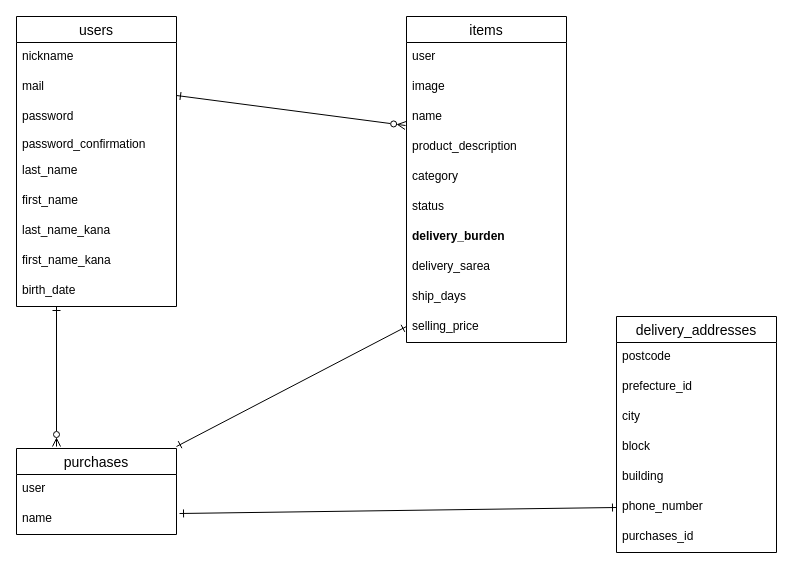
Before: test.dio in koma0427/furima-38932, a draw.io diagram. Source tidied: cells renumbered, new cells numbered last; positions are measured from the earlier drawing's top-left corner, leaving out a move shared by most shapes. Both pictures are drawn from the tidied source at 100%, with x=0, y=0 at pixel (16, 16).
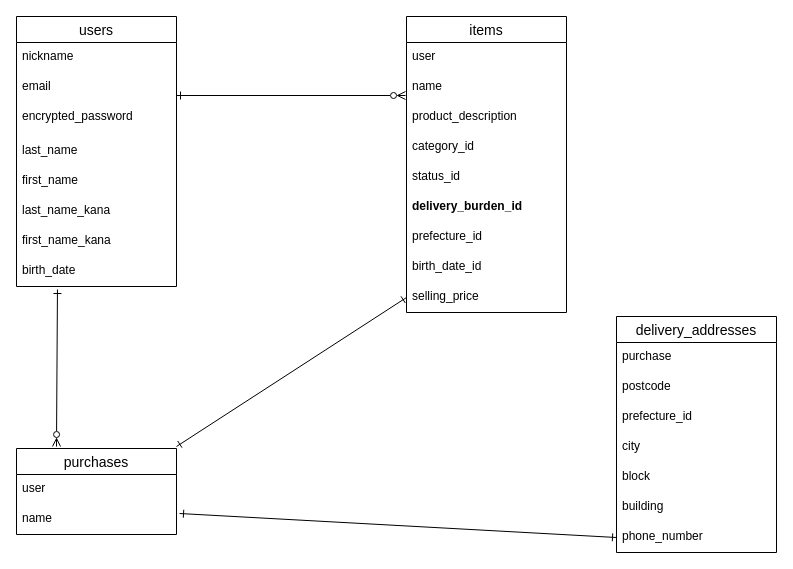
The same page after the edit.

Commit message (it also covers changes not shown here):
データベース設計の修正

Unchanged cells that the change refers to:
```xml
<mxCell id="11" value="delivery_addresses" style="swimlane;fontStyle=0;horizontal=1;startSize=26;align=center;fontSize=14;" parent="1" vertex="1">
  <mxGeometry x="600" y="300" width="160" height="236" as="geometry" />
</mxCell>
```

Change to the diagram source:
```diff
@@
     <mxCell id="2" value="users" style="swimlane;fontStyle=0;horizontal=1;startSize=26;align=center;fontSize=14;" parent="1" vertex="1">
-      <mxGeometry width="160" height="290" as="geometry" />
+      <mxGeometry width="160" height="270" as="geometry" />
     </mxCell>
@@
-    <mxCell id="4" value="mail" style="text;strokeColor=none;fillColor=none;spacingLeft=4;spacingRight=4;overflow=hidden;fontSize=12;" parent="2" vertex="1">
+    <mxCell id="4" value="email" style="text;strokeColor=none;fillColor=none;spacingLeft=4;spacingRight=4;overflow=hidden;fontSize=12;" parent="2" vertex="1">
       <mxGeometry y="56" width="160" height="30" as="geometry" />
     </mxCell>
-    <mxCell id="5" value="password&#10;&#10;password_confirmation" style="text;strokeColor=none;fillColor=none;spacingLeft=4;spacingRight=4;overflow=hidden;fontSize=12;" parent="2" vertex="1">
-      <mxGeometry y="86" width="160" height="54" as="geometry" />
+    <mxCell id="5" value="encrypted_password" style="text;strokeColor=none;fillColor=none;spacingLeft=4;spacingRight=4;overflow=hidden;fontSize=12;" parent="2" vertex="1">
+      <mxGeometry y="86" width="160" height="34" as="geometry" />
     </mxCell>
     <mxCell id="6" value="last_name" style="text;strokeColor=none;fillColor=none;spacingLeft=4;spacingRight=4;overflow=hidden;fontSize=12;" parent="2" vertex="1">
-      <mxGeometry y="140" width="160" height="30" as="geometry" />
+      <mxGeometry y="120" width="160" height="30" as="geometry" />
     </mxCell>
     <mxCell id="7" value="first_name" style="text;strokeColor=none;fillColor=none;spacingLeft=4;spacingRight=4;overflow=hidden;fontSize=12;" parent="2" vertex="1">
-      <mxGeometry y="170" width="160" height="30" as="geometry" />
+      <mxGeometry y="150" width="160" height="30" as="geometry" />
     </mxCell>
     <mxCell id="8" value="last_name_kana" style="text;strokeColor=none;fillColor=none;spacingLeft=4;spacingRight=4;overflow=hidden;fontSize=12;" parent="2" vertex="1">
-      <mxGeometry y="200" width="160" height="30" as="geometry" />
+      <mxGeometry y="180" width="160" height="30" as="geometry" />
     </mxCell>
     <mxCell id="9" value="first_name_kana" style="text;strokeColor=none;fillColor=none;spacingLeft=4;spacingRight=4;overflow=hidden;fontSize=12;" parent="2" vertex="1">
-      <mxGeometry y="230" width="160" height="30" as="geometry" />
+      <mxGeometry y="210" width="160" height="30" as="geometry" />
     </mxCell>
     <mxCell id="10" value="birth_date" style="text;strokeColor=none;fillColor=none;spacingLeft=4;spacingRight=4;overflow=hidden;points=[[0,0.5],[1,0.5]];portConstraint=eastwest;fontSize=12;" parent="2" vertex="1">
-      <mxGeometry y="260" width="160" height="30" as="geometry" />
+      <mxGeometry y="240" width="160" height="30" as="geometry" />
     </mxCell>
@@
-    <mxCell id="12" value="postcode" style="text;strokeColor=none;fillColor=none;spacingLeft=4;spacingRight=4;overflow=hidden;fontSize=12;" parent="11" vertex="1">
+    <mxCell id="12" value="purchase" style="text;strokeColor=none;fillColor=none;spacingLeft=4;spacingRight=4;overflow=hidden;fontSize=12;" parent="11" vertex="1">
       <mxGeometry y="26" width="160" height="30" as="geometry" />
     </mxCell>
+    <mxCell id="18" value="postcode" style="text;strokeColor=none;fillColor=none;spacingLeft=4;spacingRight=4;overflow=hidden;fontSize=12;" parent="11" vertex="1">
+      <mxGeometry y="56" width="160" height="30" as="geometry" />
+    </mxCell>
     <mxCell id="13" value="prefecture_id" style="text;strokeColor=none;fillColor=none;spacingLeft=4;spacingRight=4;overflow=hidden;fontSize=12;" parent="11" vertex="1">
-      <mxGeometry y="56" width="160" height="30" as="geometry" />
+      <mxGeometry y="86" width="160" height="30" as="geometry" />
     </mxCell>
     <mxCell id="14" value="city" style="text;strokeColor=none;fillColor=none;spacingLeft=4;spacingRight=4;overflow=hidden;fontSize=12;" parent="11" vertex="1">
-      <mxGeometry y="86" width="160" height="30" as="geometry" />
+      <mxGeometry y="116" width="160" height="30" as="geometry" />
     </mxCell>
     <mxCell id="15" value="block" style="text;strokeColor=none;fillColor=none;spacingLeft=4;spacingRight=4;overflow=hidden;fontSize=12;" parent="11" vertex="1">
-      <mxGeometry y="116" width="160" height="30" as="geometry" />
+      <mxGeometry y="146" width="160" height="30" as="geometry" />
     </mxCell>
     <mxCell id="16" value="building" style="text;strokeColor=none;fillColor=none;spacingLeft=4;spacingRight=4;overflow=hidden;fontSize=12;" parent="11" vertex="1">
-      <mxGeometry y="146" width="160" height="30" as="geometry" />
+      <mxGeometry y="176" width="160" height="30" as="geometry" />
     </mxCell>
     <mxCell id="17" value="phone_number" style="text;strokeColor=none;fillColor=none;spacingLeft=4;spacingRight=4;overflow=hidden;points=[[0,0.5],[1,0.5]];portConstraint=eastwest;fontSize=12;" parent="11" vertex="1">
-      <mxGeometry y="176" width="160" height="30" as="geometry" />
+      <mxGeometry y="206" width="160" height="30" as="geometry" />
     </mxCell>
-    <mxCell id="18" value="purchases_id" style="text;strokeColor=none;fillColor=none;spacingLeft=4;spacingRight=4;overflow=hidden;fontSize=12;" parent="11" vertex="1">
-      <mxGeometry y="206" width="160" height="30" as="geometry" />
-    </mxCell>
@@
     <mxCell id="22" value="items" style="swimlane;fontStyle=0;horizontal=1;startSize=26;align=center;fontSize=14;" parent="1" vertex="1">
-      <mxGeometry x="390" width="160" height="326" as="geometry" />
+      <mxGeometry x="390" width="160" height="296" as="geometry" />
     </mxCell>
@@
-    <mxCell id="24" value="image" style="text;strokeColor=none;fillColor=none;spacingLeft=4;spacingRight=4;overflow=hidden;fontSize=12;" parent="22" vertex="1">
-      <mxGeometry y="56" width="160" height="30" as="geometry" />
-    </mxCell>
     <mxCell id="25" value="name" style="text;strokeColor=none;fillColor=none;spacingLeft=4;spacingRight=4;overflow=hidden;points=[[0,0.5],[1,0.5]];portConstraint=eastwest;fontSize=12;" parent="22" vertex="1">
-      <mxGeometry y="86" width="160" height="30" as="geometry" />
+      <mxGeometry y="56" width="160" height="30" as="geometry" />
     </mxCell>
     <mxCell id="26" value="product_description" style="text;strokeColor=none;fillColor=none;spacingLeft=4;spacingRight=4;overflow=hidden;fontSize=12;" parent="22" vertex="1">
-      <mxGeometry y="116" width="160" height="30" as="geometry" />
+      <mxGeometry y="86" width="160" height="30" as="geometry" />
     </mxCell>
-    <mxCell id="27" value="category" style="text;strokeColor=none;fillColor=none;spacingLeft=4;spacingRight=4;overflow=hidden;fontSize=12;" parent="22" vertex="1">
-      <mxGeometry y="146" width="160" height="30" as="geometry" />
+    <mxCell id="27" value=" category_id " style="text;strokeColor=none;fillColor=none;spacingLeft=4;spacingRight=4;overflow=hidden;fontSize=12;" parent="22" vertex="1">
+      <mxGeometry y="116" width="160" height="30" as="geometry" />
     </mxCell>
-    <mxCell id="28" value="status" style="text;strokeColor=none;fillColor=none;spacingLeft=4;spacingRight=4;overflow=hidden;fontSize=12;" parent="22" vertex="1">
-      <mxGeometry y="176" width="160" height="30" as="geometry" />
+    <mxCell id="28" value="status_id" style="text;strokeColor=none;fillColor=none;spacingLeft=4;spacingRight=4;overflow=hidden;fontSize=12;" parent="22" vertex="1">
+      <mxGeometry y="146" width="160" height="30" as="geometry" />
     </mxCell>
-    <mxCell id="29" value="delivery_burden" style="text;strokeColor=none;fillColor=none;spacingLeft=4;spacingRight=4;overflow=hidden;fontSize=12;fontStyle=1;" parent="22" vertex="1">
-      <mxGeometry y="206" width="160" height="30" as="geometry" />
+    <mxCell id="29" value="delivery_burden_id" style="text;strokeColor=none;fillColor=none;spacingLeft=4;spacingRight=4;overflow=hidden;fontSize=12;fontStyle=1;" parent="22" vertex="1">
+      <mxGeometry y="176" width="160" height="30" as="geometry" />
     </mxCell>
-    <mxCell id="30" value="delivery_sarea" style="text;strokeColor=none;fillColor=none;spacingLeft=4;spacingRight=4;overflow=hidden;fontSize=12;" parent="22" vertex="1">
-      <mxGeometry y="236" width="160" height="30" as="geometry" />
+    <mxCell id="30" value="prefecture_id" style="text;strokeColor=none;fillColor=none;spacingLeft=4;spacingRight=4;overflow=hidden;fontSize=12;" parent="22" vertex="1">
+      <mxGeometry y="206" width="160" height="30" as="geometry" />
     </mxCell>
-    <mxCell id="31" value="ship_days" style="text;strokeColor=none;fillColor=none;spacingLeft=4;spacingRight=4;overflow=hidden;fontSize=12;" parent="22" vertex="1">
-      <mxGeometry y="266" width="160" height="30" as="geometry" />
+    <mxCell id="31" value="birth_date_id" style="text;strokeColor=none;fillColor=none;spacingLeft=4;spacingRight=4;overflow=hidden;fontSize=12;" parent="22" vertex="1">
+      <mxGeometry y="236" width="160" height="30" as="geometry" />
     </mxCell>
     <mxCell id="32" value="selling_price" style="text;strokeColor=none;fillColor=none;spacingLeft=4;spacingRight=4;overflow=hidden;points=[[0,0.5],[1,0.5]];portConstraint=eastwest;fontSize=12;" parent="22" vertex="1">
-      <mxGeometry y="296" width="160" height="30" as="geometry" />
+      <mxGeometry y="266" width="160" height="30" as="geometry" />
     </mxCell>
@@
-    <mxCell id="35" style="endArrow=ERzeroToMany;html=1;rounded=0;endFill=0;startArrow=ERone;startFill=0;" parent="1" edge="1">
+    <mxCell id="35" style="endArrow=ERzeroToMany;html=1;rounded=0;endFill=0;startArrow=ERone;startFill=0;exitX=0.256;exitY=1.1;exitDx=0;exitDy=0;exitPerimeter=0;" parent="1" edge="1" source="10">
       <mxGeometry relative="1" as="geometry">
-        <mxPoint x="40" y="290" as="sourcePoint" />
         <mxPoint x="40" y="430" as="targetPoint" />
       </mxGeometry>
     </mxCell>
-    <mxCell id="36" style="endArrow=ERone;html=1;rounded=0;startArrow=ERone;startFill=0;endFill=0;" parent="1" edge="1">
+    <mxCell id="36" style="endArrow=ERone;html=1;rounded=0;startArrow=ERone;startFill=0;endFill=0;entryX=0;entryY=0.5;entryDx=0;entryDy=0;" parent="1" edge="1" target="32">
       <mxGeometry relative="1" as="geometry">
         <mxPoint x="160" y="430" as="sourcePoint" />
-        <mxPoint x="390" y="310" as="targetPoint" />
       </mxGeometry>
     </mxCell>
```
